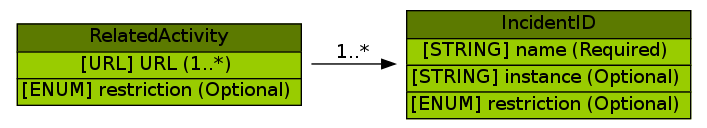
Moutix/idmef_parser keeps this Graphviz diagram as iodef/graph/RelatedActivity.png. Above is the earlier version. Its source is kept beside it as iodef/graph/RelatedActivity.dot.
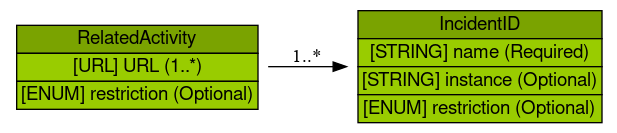
The same diagram one commit later.

Diff of the diagram source:
```diff
@@ -1,8 +1,19 @@
 digraph RelatedActivity {
-	graph [rankdir=LR];
+	graph [bb="0,0,455,92",
+		rankdir=LR
+	];
 	node [label="\N"];
-	graph [bb="0,0,522,88"];
-	RelatedActivity [label=<<table BORDER="0" CELLBORDER="1" CELLSPACING="0"> <tr > <td BGCOLOR="#5c7a00" HREF="#" TITLE="The RelatedActivity class lists either incident tracking numbers of incidents or URLs (not both) that refer to activity related to the one described in the IODEF document. These references may be to local incident tracking numbers or to those of other CSIRTs. ">RelatedActivity</td> </tr>" %<tr><td BGCOLOR="#99CC00" HREF="#" TITLE="A URL to activity related to this incident.">[URL] URL (1..*) </td></tr>%<tr><td BGCOLOR="#99CC00" HREF="#" TITLE="This attribute has been defined in Section 3.2.">[ENUM] restriction (Optional) </td></tr>%</table>>, shape=plaintext, pos="115,44", width="3.1667", height="0.95833"];
-	IncidentID [label=<<table BORDER="0" CELLBORDER="1" CELLSPACING="0"> <tr > <td BGCOLOR="#5c7a00" HREF="#" TITLE="The IncidentID class represents an incident tracking number that is unique in the context of the CSIRT and identifies the activity characterized in an IODEF Document. This identifier would serve as an index into the CSIRT incident handling system. The combination of the name attribute and the string in the element content MUST be a globally unique identifier describing the activity. Documents generated by a given CSIRT MUST NOT reuse the same value unless they are referencing the same incident. ">IncidentID</td> </tr>" %<tr><td BGCOLOR="#99CC00" HREF="#" TITLE="An identifier describing the CSIRT that created the document.  In order to have a globally unique CSIRT name, the fully qualified domain name associated with the CSIRT MUST be used.">[STRING] name (Required) </td></tr>%<tr><td BGCOLOR="#99CC00" HREF="#" TITLE="An identifier referencing a subset of the named incident.">[STRING] instance (Optional) </td></tr>%<tr><td BGCOLOR="#99CC00" HREF="#" TITLE="This attribute has been defined in Section 3.2.">[ENUM] restriction (Optional) </td></tr>%</table>>, shape=plaintext, pos="407,44", width="3.1667", height="1.2361"];
-	RelatedActivity -> IncidentID [label="1..*", pos="e,292.28,44 229.57,44 246.8,44 264.64,44 282.07,44", lp="261,52.5"];
+	RelatedActivity	 [height=0.98611,
+		label=<<table BORDER="0" CELLBORDER="1" CELLSPACING="0"> <tr> <td BGCOLOR="#7aa300" HREF="#" TITLE="The RelatedActivity class lists either incident tracking numbers of incidents or URLs (not both) that refer to activity related to the one described in the IODEF document. These references may be to local incident tracking numbers or to those of other CSIRTs. "><FONT FACE="Nimbus Sans L">RelatedActivity</FONT></td> </tr>" %<tr><td BGCOLOR="#99CC00"  HREF="#" TITLE="A URL to activity related to this incident."><FONT FACE="Nimbus Sans L">[URL] URL (1..*)</FONT></td></tr>%<tr><td BGCOLOR="#99CC00"  HREF="#" TITLE="This attribute has been defined in Section 3.2."><FONT FACE="Nimbus Sans L">[ENUM] restriction (Optional)</FONT></td></tr>%</table>>,
+		pos="98.5,46",
+		shape=plaintext,
+		width=2.7361];
+	IncidentID	 [height=1.2778,
+		label=<<table BORDER="0" CELLBORDER="1" CELLSPACING="0"> <tr> <td BGCOLOR="#7aa300" HREF="#" TITLE="The IncidentID class represents an incident tracking number that is unique in the context of the CSIRT and identifies the activity characterized in an IODEF Document. This identifier would serve as an index into the CSIRT incident handling system. The combination of the name attribute and the string in the element content MUST be a globally unique identifier describing the activity. Documents generated by a given CSIRT MUST NOT reuse the same value unless they are referencing the same incident. "><FONT FACE="Nimbus Sans L">IncidentID</FONT></td> </tr>" %<tr><td BGCOLOR="#99CC00"  HREF="#" TITLE="An identifier describing the CSIRT that created the document.  In order to have a globally unique CSIRT name, the fully qualified domain name associated with the CSIRT MUST be used."><FONT FACE="Nimbus Sans L">[STRING] name (Required)</FONT></td></tr>%<tr><td BGCOLOR="#99CC00"  HREF="#" TITLE="An identifier referencing a subset of the named incident."><FONT FACE="Nimbus Sans L">[STRING] instance (Optional)</FONT></td></tr>%<tr><td BGCOLOR="#99CC00"  HREF="#" TITLE="This attribute has been defined in Section 3.2."><FONT FACE="Nimbus Sans L">[ENUM] restriction (Optional)</FONT></td></tr>%</table>>,
+		pos="355.5,46",
+		shape=plaintext,
+		width=2.7639];
+	RelatedActivity -> IncidentID	 [label="1..*",
+		lp="226.5,53.5",
+		pos="e,255.86,46 197.13,46 213.07,46 229.66,46 245.85,46"];
 }
```
